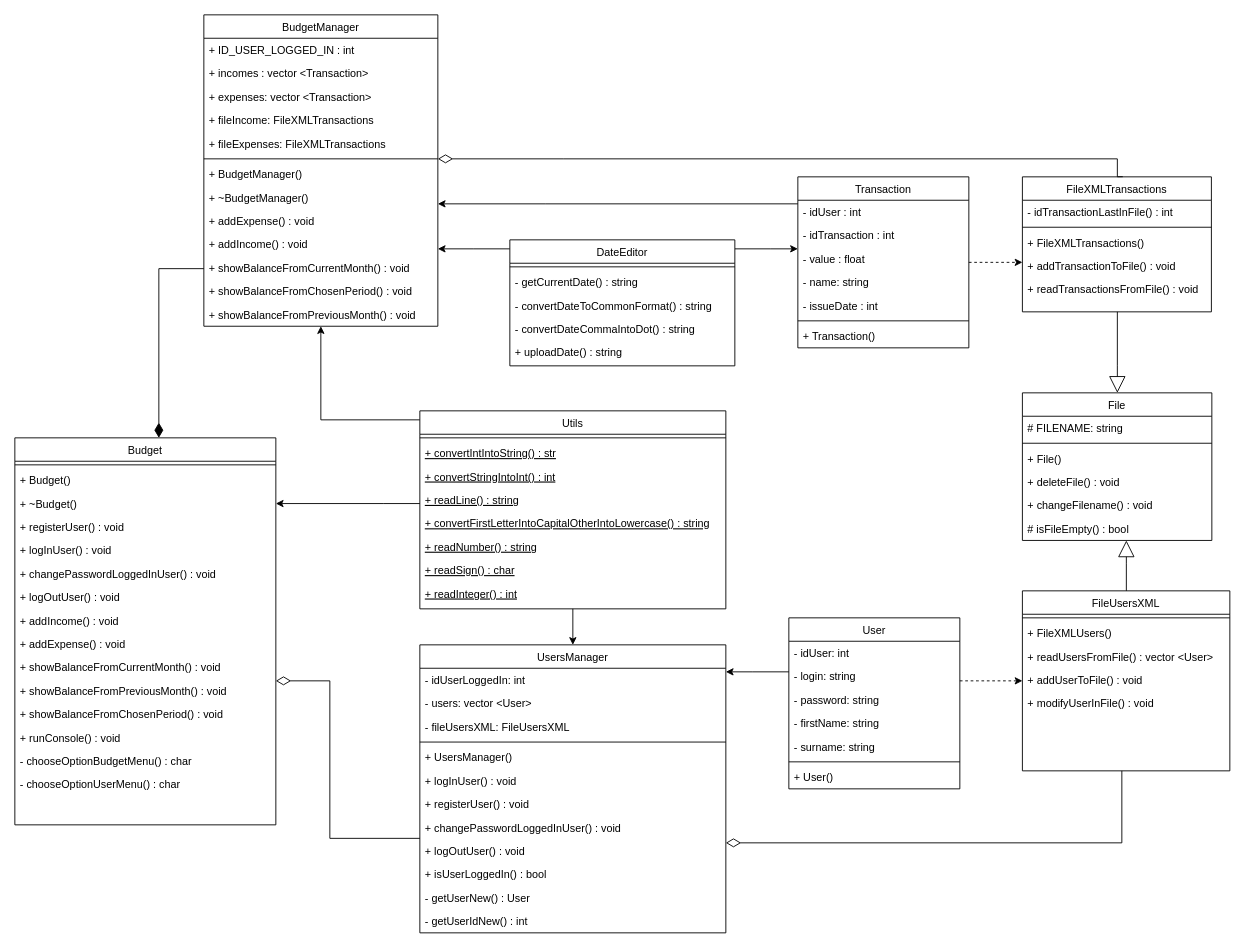
This is doc/uml-diagram.drawio from MichalWilczek/your-budget, a draw.io file, before an edit. Source tidied: cells renumbered, new cells numbered last; positions are measured from the earlier drawing's top-left corner, leaving out a move shared by most shapes. Both pictures are drawn from the tidied source at 90%, with x=0, y=0 at pixel (14, 14).
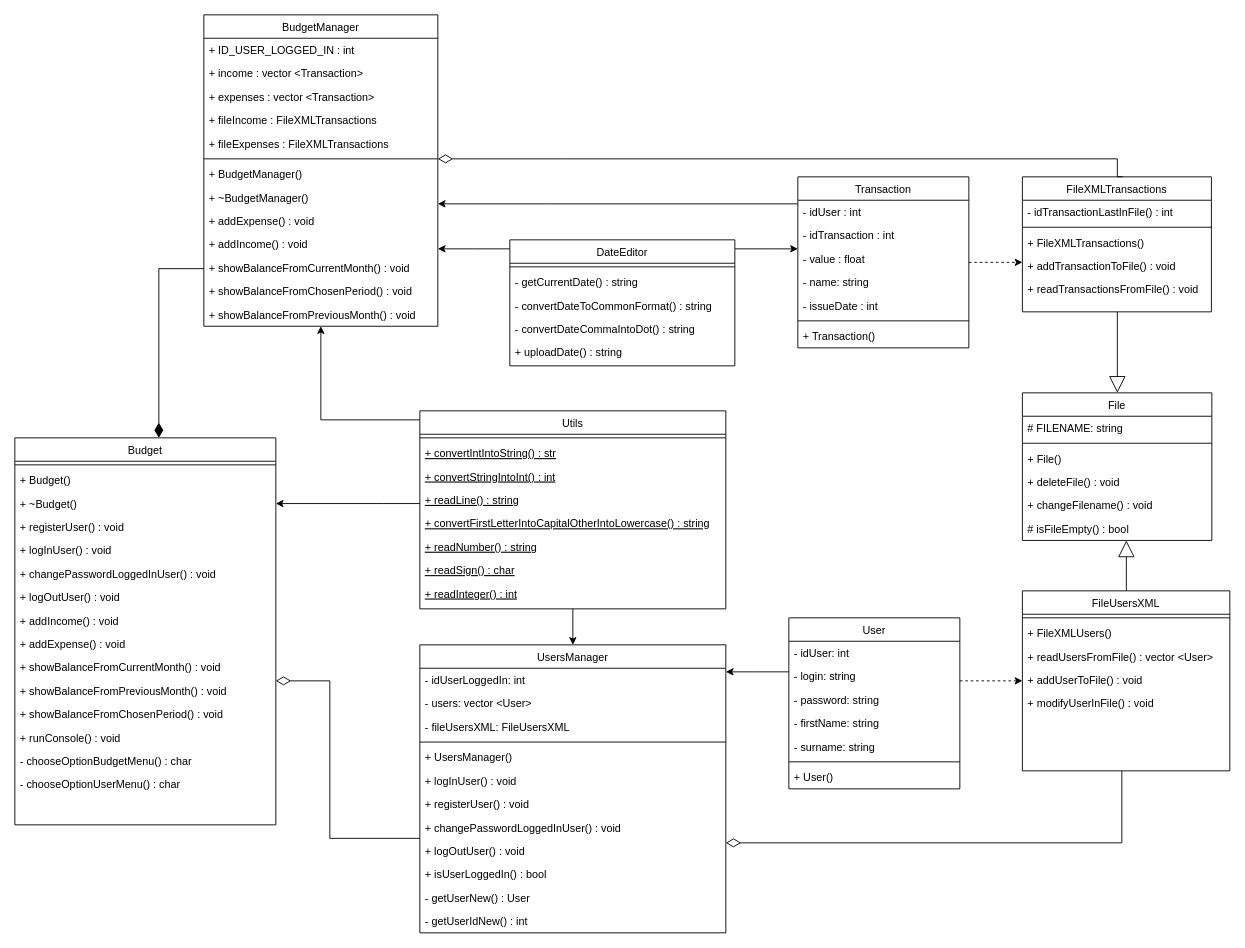
After the change.

Commit message (it also covers changes not shown here):
Add TransactionsManager class that operates over the transaction data vector.

Unchanged cells that the change refers to:
```xml
<mxCell id="68" value="BudgetManager" style="swimlane;fontStyle=0;align=center;verticalAlign=top;horizontal=1;startSize=26;rounded=0;shadow=0;strokeWidth=1;" parent="1" vertex="1">
  <mxGeometry x="210" width="260" height="346" as="geometry" />
</mxCell>
```

The edit, as a diff of the source:
```diff
@@
-    <mxCell id="70" value="+ incomes : vector &lt;Transaction&gt;" style="text;align=left;verticalAlign=top;spacingLeft=4;spacingRight=4;overflow=hidden;" parent="68" vertex="1">
+    <mxCell id="70" value="+ income : vector &lt;Transaction&gt;" style="text;align=left;verticalAlign=top;spacingLeft=4;spacingRight=4;overflow=hidden;" parent="68" vertex="1">
       <mxGeometry y="52" width="260" height="26" as="geometry" />
     </mxCell>
-    <mxCell id="71" value="+ expenses: vector &lt;Transaction&gt;" style="text;align=left;verticalAlign=top;spacingLeft=4;spacingRight=4;overflow=hidden;" parent="68" vertex="1">
+    <mxCell id="71" value="+ expenses : vector &lt;Transaction&gt;" style="text;align=left;verticalAlign=top;spacingLeft=4;spacingRight=4;overflow=hidden;" parent="68" vertex="1">
       <mxGeometry y="78" width="260" height="26" as="geometry" />
     </mxCell>
-    <mxCell id="72" value="+ fileIncome: FileXMLTransactions" style="text;align=left;verticalAlign=top;spacingLeft=4;spacingRight=4;overflow=hidden;" parent="68" vertex="1">
+    <mxCell id="72" value="+ fileIncome : FileXMLTransactions" style="text;align=left;verticalAlign=top;spacingLeft=4;spacingRight=4;overflow=hidden;" parent="68" vertex="1">
       <mxGeometry y="104" width="260" height="26" as="geometry" />
     </mxCell>
-    <mxCell id="73" value="+ fileExpenses: FileXMLTransactions" style="text;align=left;verticalAlign=top;spacingLeft=4;spacingRight=4;overflow=hidden;" parent="68" vertex="1">
+    <mxCell id="73" value="+ fileExpenses : FileXMLTransactions" style="text;align=left;verticalAlign=top;spacingLeft=4;spacingRight=4;overflow=hidden;" parent="68" vertex="1">
       <mxGeometry y="130" width="260" height="26" as="geometry" />
     </mxCell>
```
